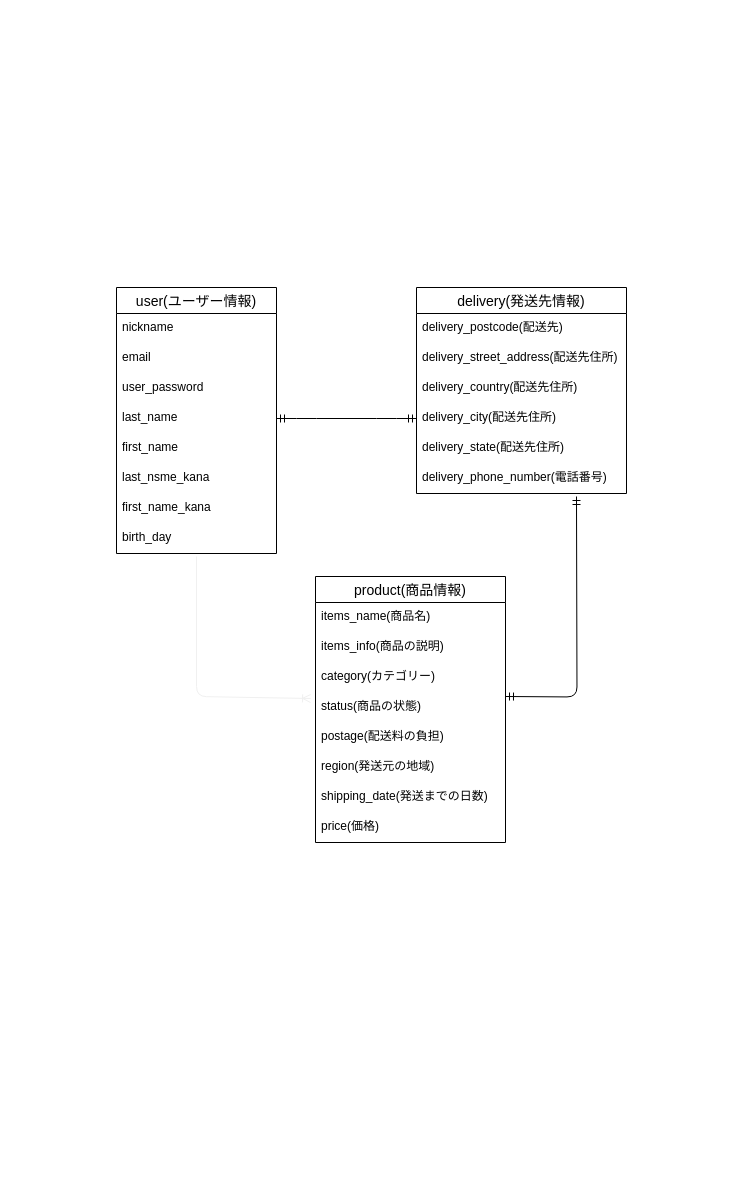
This is legend.dio from yo-ya07/furima-35557, a draw.io file, before an edit. Source tidied: cells renumbered, new cells numbered last; positions are measured from the earlier drawing's top-left corner, leaving out a move shared by most shapes. Both pictures are drawn from the tidied source at 100%, with x=0, y=0 at pixel (116, 287).
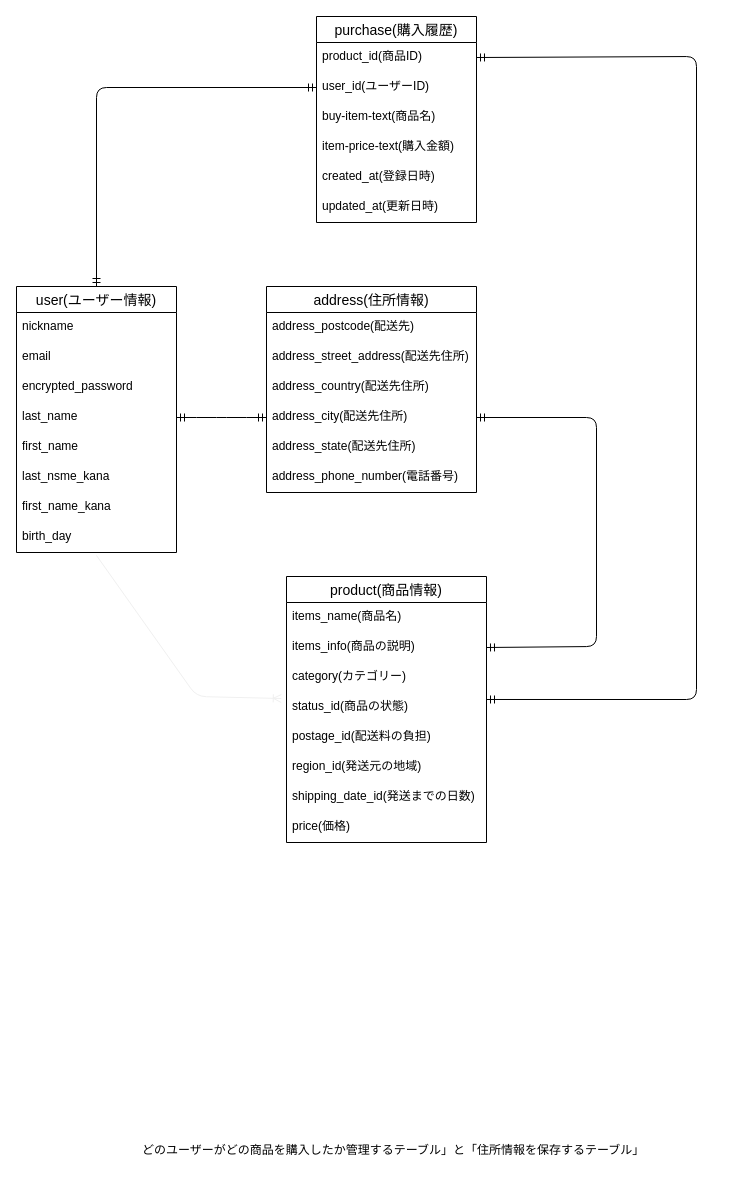
After the change.

Commit message (it also covers changes not shown here):
ER図•README作成(修正)

Change to the diagram source:
```diff
@@
     <mxCell id="2" value="user(ユーザー情報)" style="swimlane;fontStyle=0;horizontal=1;startSize=26;align=center;fontSize=14;" parent="1" vertex="1">
-      <mxGeometry width="160" height="266" as="geometry" />
+      <mxGeometry x="-100" y="-1" width="160" height="266" as="geometry" />
     </mxCell>
@@
-    <mxCell id="5" value="user_password" style="text;strokeColor=none;fillColor=none;spacingLeft=4;spacingRight=4;overflow=hidden;fontSize=12;" parent="2" vertex="1">
+    <mxCell id="5" value="encrypted_password" style="text;strokeColor=none;fillColor=none;spacingLeft=4;spacingRight=4;overflow=hidden;fontSize=12;" parent="2" vertex="1">
       <mxGeometry y="86" width="160" height="30" as="geometry" />
     </mxCell>
@@
-    <mxCell id="11" value="delivery(発送先情報)" style="swimlane;fontStyle=0;horizontal=1;startSize=26;align=center;fontSize=14;" parent="1" vertex="1">
-      <mxGeometry x="300" width="210" height="206" as="geometry" />
+    <mxCell id="11" value="address(住所情報)" style="swimlane;fontStyle=0;horizontal=1;startSize=26;align=center;fontSize=14;" parent="1" vertex="1">
+      <mxGeometry x="150" y="-1" width="210" height="206" as="geometry" />
     </mxCell>
-    <mxCell id="12" value="delivery_postcode(配送先)" style="text;strokeColor=none;fillColor=none;spacingLeft=4;spacingRight=4;overflow=hidden;fontSize=12;" parent="11" vertex="1">
+    <mxCell id="12" value="address_postcode(配送先)" style="text;strokeColor=none;fillColor=none;spacingLeft=4;spacingRight=4;overflow=hidden;fontSize=12;" parent="11" vertex="1">
       <mxGeometry y="26" width="210" height="30" as="geometry" />
     </mxCell>
-    <mxCell id="13" value="delivery_street_address(配送先住所)" style="text;strokeColor=none;fillColor=none;spacingLeft=4;spacingRight=4;overflow=hidden;fontSize=12;" parent="11" vertex="1">
+    <mxCell id="13" value="address_street_address(配送先住所)" style="text;strokeColor=none;fillColor=none;spacingLeft=4;spacingRight=4;overflow=hidden;fontSize=12;" parent="11" vertex="1">
       <mxGeometry y="56" width="210" height="30" as="geometry" />
     </mxCell>
-    <mxCell id="14" value="delivery_country(配送先住所)" style="text;strokeColor=none;fillColor=none;spacingLeft=4;spacingRight=4;overflow=hidden;fontSize=12;" parent="11" vertex="1">
+    <mxCell id="14" value="address_country(配送先住所)" style="text;strokeColor=none;fillColor=none;spacingLeft=4;spacingRight=4;overflow=hidden;fontSize=12;" parent="11" vertex="1">
       <mxGeometry y="86" width="210" height="30" as="geometry" />
     </mxCell>
-    <mxCell id="15" value="delivery_city(配送先住所)" style="text;strokeColor=none;fillColor=none;spacingLeft=4;spacingRight=4;overflow=hidden;points=[[0,0.5],[1,0.5]];portConstraint=eastwest;fontSize=12;" parent="11" vertex="1">
+    <mxCell id="15" value="address_city(配送先住所)" style="text;strokeColor=none;fillColor=none;spacingLeft=4;spacingRight=4;overflow=hidden;points=[[0,0.5],[1,0.5]];portConstraint=eastwest;fontSize=12;" parent="11" vertex="1">
       <mxGeometry y="116" width="210" height="30" as="geometry" />
     </mxCell>
-    <mxCell id="16" value="delivery_state(配送先住所)" style="text;strokeColor=none;fillColor=none;spacingLeft=4;spacingRight=4;overflow=hidden;fontSize=12;" parent="11" vertex="1">
+    <mxCell id="16" value="address_state(配送先住所)" style="text;strokeColor=none;fillColor=none;spacingLeft=4;spacingRight=4;overflow=hidden;fontSize=12;" parent="11" vertex="1">
       <mxGeometry y="146" width="210" height="30" as="geometry" />
     </mxCell>
-    <mxCell id="17" value="delivery_phone_number(電話番号)" style="text;strokeColor=none;fillColor=none;spacingLeft=4;spacingRight=4;overflow=hidden;fontSize=12;" parent="11" vertex="1">
+    <mxCell id="17" value="address_phone_number(電話番号)" style="text;strokeColor=none;fillColor=none;spacingLeft=4;spacingRight=4;overflow=hidden;fontSize=12;" parent="11" vertex="1">
       <mxGeometry y="176" width="210" height="30" as="geometry" />
     </mxCell>
     <mxCell id="18" value="product(商品情報)" style="swimlane;fontStyle=0;horizontal=1;startSize=26;align=center;fontSize=14;" parent="1" vertex="1">
-      <mxGeometry x="199" y="289" width="190" height="266" as="geometry" />
+      <mxGeometry x="170" y="289" width="200" height="266" as="geometry" />
     </mxCell>
     <mxCell id="19" value="items_name(商品名)" style="text;strokeColor=none;fillColor=none;spacingLeft=4;spacingRight=4;overflow=hidden;fontSize=12;" parent="18" vertex="1">
-      <mxGeometry y="26" width="190" height="30" as="geometry" />
+      <mxGeometry y="26" width="200" height="30" as="geometry" />
     </mxCell>
     <mxCell id="20" value="items_info(商品の説明)" style="text;strokeColor=none;fillColor=none;spacingLeft=4;spacingRight=4;overflow=hidden;points=[[0,0.5],[1,0.5]];portConstraint=eastwest;fontSize=12;" parent="18" vertex="1">
-      <mxGeometry y="56" width="190" height="30" as="geometry" />
+      <mxGeometry y="56" width="200" height="30" as="geometry" />
     </mxCell>
     <mxCell id="21" value="category(カテゴリー)" style="text;strokeColor=none;fillColor=none;spacingLeft=4;spacingRight=4;overflow=hidden;fontSize=12;" parent="18" vertex="1">
-      <mxGeometry y="86" width="190" height="30" as="geometry" />
+      <mxGeometry y="86" width="200" height="30" as="geometry" />
     </mxCell>
-    <mxCell id="22" value="status(商品の状態)" style="text;strokeColor=none;fillColor=none;spacingLeft=4;spacingRight=4;overflow=hidden;points=[[0,0.5],[1,0.5]];portConstraint=eastwest;fontSize=12;" parent="18" vertex="1">
-      <mxGeometry y="116" width="190" height="30" as="geometry" />
+    <mxCell id="22" value="status_id(商品の状態)" style="text;strokeColor=none;fillColor=none;spacingLeft=4;spacingRight=4;overflow=hidden;points=[[0,0.5],[1,0.5]];portConstraint=eastwest;fontSize=12;" parent="18" vertex="1">
+      <mxGeometry y="116" width="200" height="30" as="geometry" />
     </mxCell>
-    <mxCell id="23" value="postage(配送料の負担)" style="text;strokeColor=none;fillColor=none;spacingLeft=4;spacingRight=4;overflow=hidden;fontSize=12;" parent="18" vertex="1">
-      <mxGeometry y="146" width="190" height="30" as="geometry" />
+    <mxCell id="23" value="postage_id(配送料の負担)" style="text;strokeColor=none;fillColor=none;spacingLeft=4;spacingRight=4;overflow=hidden;fontSize=12;" parent="18" vertex="1">
+      <mxGeometry y="146" width="200" height="30" as="geometry" />
     </mxCell>
-    <mxCell id="24" value="region(発送元の地域)" style="text;strokeColor=none;fillColor=none;spacingLeft=4;spacingRight=4;overflow=hidden;fontSize=12;" parent="18" vertex="1">
-      <mxGeometry y="176" width="190" height="30" as="geometry" />
+    <mxCell id="24" value="region_id(発送元の地域)" style="text;strokeColor=none;fillColor=none;spacingLeft=4;spacingRight=4;overflow=hidden;fontSize=12;" parent="18" vertex="1">
+      <mxGeometry y="176" width="200" height="30" as="geometry" />
     </mxCell>
-    <mxCell id="25" value="shipping_date(発送までの日数)" style="text;strokeColor=none;fillColor=none;spacingLeft=4;spacingRight=4;overflow=hidden;fontSize=12;" parent="18" vertex="1">
-      <mxGeometry y="206" width="190" height="30" as="geometry" />
+    <mxCell id="25" value="shipping_date_id(発送までの日数)" style="text;strokeColor=none;fillColor=none;spacingLeft=4;spacingRight=4;overflow=hidden;fontSize=12;" parent="18" vertex="1">
+      <mxGeometry y="206" width="200" height="30" as="geometry" />
     </mxCell>
     <mxCell id="26" value="price(価格)" style="text;strokeColor=none;fillColor=none;spacingLeft=4;spacingRight=4;overflow=hidden;fontSize=12;" parent="18" vertex="1">
-      <mxGeometry y="236" width="190" height="30" as="geometry" />
+      <mxGeometry y="236" width="200" height="30" as="geometry" />
     </mxCell>
@@
-    <mxCell id="28" style="edgeStyle=orthogonalEdgeStyle;fontSize=12;html=1;endArrow=ERmandOne;startArrow=ERmandOne;" parent="1" edge="1">
+    <mxCell id="28" style="edgeStyle=orthogonalEdgeStyle;fontSize=12;html=1;endArrow=ERmandOne;startArrow=ERmandOne;exitX=1;exitY=0.233;exitDx=0;exitDy=0;exitPerimeter=0;entryX=1;entryY=0.5;entryDx=0;entryDy=0;" parent="1" edge="1" source="22" target="31">
       <mxGeometry relative="1" as="geometry">
-        <mxPoint x="389" y="409" as="sourcePoint" />
-        <mxPoint x="460" y="209" as="targetPoint" />
+        <Array as="points">
+          <mxPoint x="580" y="412" />
+          <mxPoint x="580" y="-231" />
+        </Array>
       </mxGeometry>
     </mxCell>
@@
+    <mxCell id="30" value="purchase(購入履歴)" style="swimlane;fontStyle=0;horizontal=1;startSize=26;align=center;fontSize=14;" parent="1" vertex="1">
+      <mxGeometry x="200" y="-271" width="160" height="206" as="geometry" />
+    </mxCell>
+    <mxCell id="31" value="product_id(商品ID)" style="text;strokeColor=none;fillColor=none;spacingLeft=4;spacingRight=4;overflow=hidden;points=[[0,0.5],[1,0.5]];portConstraint=eastwest;fontSize=12;" parent="30" vertex="1">
+      <mxGeometry y="26" width="160" height="30" as="geometry" />
+    </mxCell>
+    <mxCell id="32" value="user_id(ユーザーID)" style="text;strokeColor=none;fillColor=none;spacingLeft=4;spacingRight=4;overflow=hidden;points=[[0,0.5],[1,0.5]];portConstraint=eastwest;fontSize=12;" parent="30" vertex="1">
+      <mxGeometry y="56" width="160" height="30" as="geometry" />
+    </mxCell>
+    <mxCell id="33" value="buy-item-text(商品名)" style="text;strokeColor=none;fillColor=none;spacingLeft=4;spacingRight=4;overflow=hidden;fontSize=12;" parent="30" vertex="1">
+      <mxGeometry y="86" width="160" height="30" as="geometry" />
+    </mxCell>
+    <mxCell id="34" value="item-price-text(購入金額)" style="text;strokeColor=none;fillColor=none;spacingLeft=4;spacingRight=4;overflow=hidden;fontSize=12;" parent="30" vertex="1">
+      <mxGeometry y="116" width="160" height="30" as="geometry" />
+    </mxCell>
+    <mxCell id="35" value="created_at(登録日時)" style="text;strokeColor=none;fillColor=none;spacingLeft=4;spacingRight=4;overflow=hidden;fontSize=12;" parent="30" vertex="1">
+      <mxGeometry y="146" width="160" height="30" as="geometry" />
+    </mxCell>
+    <mxCell id="36" value="updated_at(更新日時)" style="text;strokeColor=none;fillColor=none;spacingLeft=4;spacingRight=4;overflow=hidden;fontSize=12;" parent="30" vertex="1">
+      <mxGeometry y="176" width="160" height="30" as="geometry" />
+    </mxCell>
+    <mxCell id="37" value="どのユーザーがどの商品を購入したか管理するテーブル」と「住所情報を保存するテーブル」" style="text;strokeColor=none;fillColor=none;spacingLeft=4;spacingRight=4;overflow=hidden;fontSize=12;" parent="1" vertex="1">
+      <mxGeometry x="20" y="849" width="580" height="30" as="geometry" />
+    </mxCell>
+    <mxCell id="38" style="fontSize=12;html=1;endArrow=ERmandOne;startArrow=ERmandOne;exitX=0.5;exitY=0;exitDx=0;exitDy=0;entryX=0;entryY=0.5;entryDx=0;entryDy=0;" parent="1" edge="1" source="2" target="32">
+      <mxGeometry relative="1" as="geometry">
+        <Array as="points">
+          <mxPoint x="-20" y="-200" />
+        </Array>
+      </mxGeometry>
+    </mxCell>
+    <mxCell id="39" style="fontSize=12;html=1;endArrow=ERmandOne;startArrow=ERmandOne;exitX=1;exitY=0.5;exitDx=0;exitDy=0;entryX=1;entryY=0.5;entryDx=0;entryDy=0;" parent="1" edge="1" source="20" target="15">
+      <mxGeometry relative="1" as="geometry">
+        <Array as="points">
+          <mxPoint x="480" y="359" />
+          <mxPoint x="480" y="130" />
+        </Array>
+      </mxGeometry>
+    </mxCell>
```
